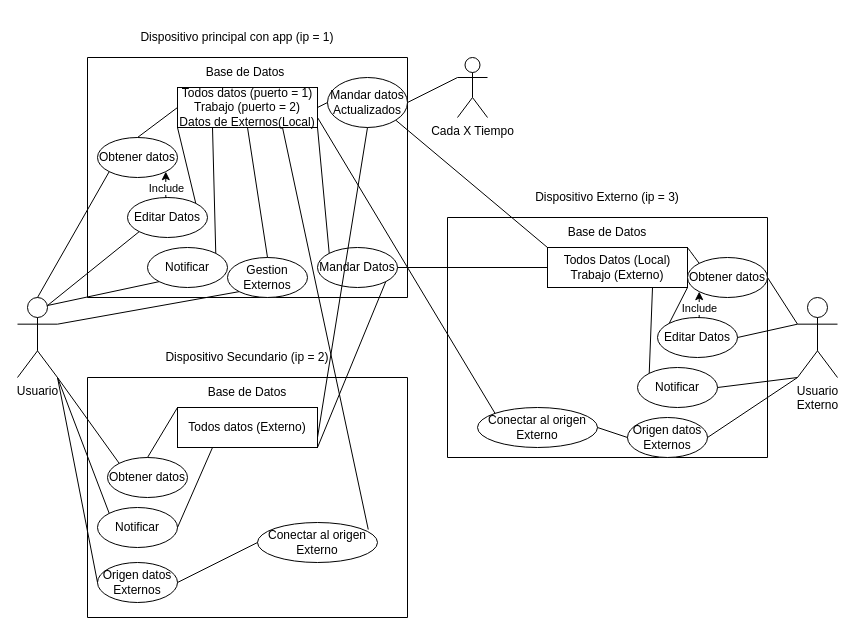
Before: UseCase.drawio in Gosha1030/ProyectoIntermodularGeorgii, a draw.io diagram. Source tidied: cells renumbered, new cells numbered last; positions are measured from the earlier drawing's top-left corner, leaving out a move shared by most shapes. Both pictures are drawn from the tidied source at 100%, with x=0, y=0 at pixel (17, 17).
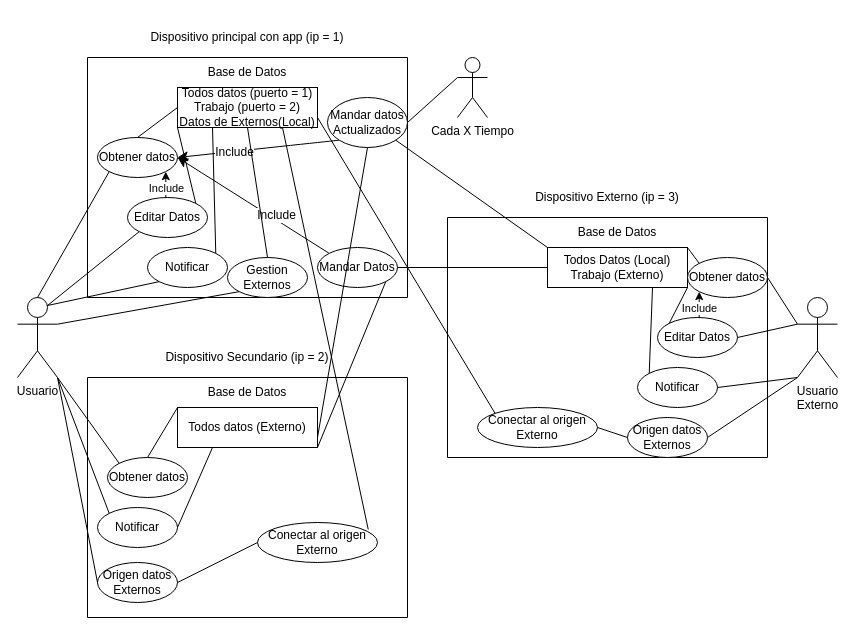
After the change.

The change refers to these unchanged cells:
```xml
<mxCell id="3" style="swimlane;startSize=0;" parent="1" vertex="1">
  <mxGeometry x="70" y="40" width="320" height="240" as="geometry" />
</mxCell>
<mxCell id="4" value="Todos datos (puerto = 1)&lt;div&gt;Trabajo (puerto = 2)&lt;/div&gt;&lt;div&gt;Datos de Externos(Local)&lt;/div&gt;" style="rounded=0;whiteSpace=wrap;html=1;" parent="3" vertex="1">
  <mxGeometry x="90" y="30" width="140" height="40" as="geometry" />
</mxCell>
<mxCell id="6" value="Obtener datos" style="ellipse;whiteSpace=wrap;html=1;" parent="3" vertex="1">
  <mxGeometry x="10" y="80" width="80" height="40" as="geometry" />
</mxCell>
<mxCell id="14" value="Mandar Datos" style="ellipse;whiteSpace=wrap;html=1;" parent="3" vertex="1">
  <mxGeometry x="230" y="190" width="80" height="40" as="geometry" />
</mxCell>
<mxCell id="21" style="swimlane;startSize=0;" parent="1" vertex="1">
  <mxGeometry x="70" y="360" width="320" height="240" as="geometry" />
</mxCell>
<mxCell id="32" style="swimlane;startSize=0;" parent="1" vertex="1">
  <mxGeometry x="430" y="200" width="320" height="240" as="geometry" />
</mxCell>
```

Change to the diagram source:
```diff
@@
+    <mxCell id="68" style="edgeStyle=none;curved=1;rounded=0;jettySize=auto;html=1;exitX=0;exitY=1;exitDx=0;exitDy=0;entryX=1;entryY=0.5;entryDx=0;entryDy=0;fontSize=12;startSize=8;endSize=8;" parent="3" edge="1" source="18" target="6">
+      <mxGeometry relative="1" as="geometry" />
+    </mxCell>
+    <mxCell id="69" value="Include" style="edgeLabel;html=1;align=center;verticalAlign=middle;fontSize=12;" parent="68" vertex="1">
+      <mxGeometry x="0.3" y="1" relative="1" as="geometry" />
+    </mxCell>
@@
     <mxCell id="5" value="Base de Datos" style="text;html=1;whiteSpace=wrap;strokeColor=none;fillColor=none;align=center;verticalAlign=middle;rounded=0;" parent="3" vertex="1">
-      <mxGeometry x="97.5" width="120" height="30" as="geometry" />
+      <mxGeometry x="90" width="140" height="30" as="geometry" />
     </mxCell>
@@
+    <mxCell id="70" style="edgeStyle=none;curved=1;rounded=0;jettySize=auto;html=1;exitX=0;exitY=0;exitDx=0;exitDy=0;entryX=1;entryY=0.5;entryDx=0;entryDy=0;fontSize=12;startSize=8;endSize=8;" parent="3" edge="1" source="14" target="6">
+      <mxGeometry relative="1" as="geometry" />
+    </mxCell>
+    <mxCell id="71" value="Include" style="edgeLabel;html=1;align=center;verticalAlign=middle;fontSize=12;" parent="70" vertex="1">
+      <mxGeometry x="-0.27" y="-4" relative="1" as="geometry" />
+    </mxCell>
@@
-    <mxCell id="15" style="endArrow=none;html=1;rounded=0;entryX=1;entryY=1;entryDx=0;entryDy=0;exitX=0;exitY=0;exitDx=0;exitDy=0;" parent="3" edge="1" source="14" target="4">
-      <mxGeometry relative="1" as="geometry" />
-    </mxCell>
@@
     <mxCell id="18" value="Mandar datos Actualizados" style="ellipse;whiteSpace=wrap;html=1;" parent="3" vertex="1">
-      <mxGeometry x="240" y="20" width="80" height="50" as="geometry" />
+      <mxGeometry x="240" y="40" width="80" height="50" as="geometry" />
     </mxCell>
-    <mxCell id="19" style="endArrow=none;html=1;rounded=0;entryX=1;entryY=0.5;entryDx=0;entryDy=0;exitX=0;exitY=0.5;exitDx=0;exitDy=0;" parent="3" edge="1" source="18" target="4">
-      <mxGeometry relative="1" as="geometry" />
-    </mxCell>
     <mxCell id="20" value="Dispositivo principal con app (ip = 1)" style="text;html=1;whiteSpace=wrap;strokeColor=none;fillColor=none;align=center;verticalAlign=middle;rounded=0;" parent="1" vertex="1">
-      <mxGeometry x="60" width="320" height="40" as="geometry" />
+      <mxGeometry x="70" width="320" height="40" as="geometry" />
     </mxCell>
@@
     <mxCell id="23" value="Base de Datos" style="text;html=1;whiteSpace=wrap;strokeColor=none;fillColor=none;align=center;verticalAlign=middle;rounded=0;" parent="21" vertex="1">
-      <mxGeometry x="100" width="120" height="30" as="geometry" />
+      <mxGeometry x="90" width="140" height="30" as="geometry" />
     </mxCell>
@@
     <mxCell id="34" value="Base de Datos" style="text;html=1;whiteSpace=wrap;strokeColor=none;fillColor=none;align=center;verticalAlign=middle;rounded=0;" parent="32" vertex="1">
-      <mxGeometry x="100" width="120" height="30" as="geometry" />
+      <mxGeometry x="100" width="140" height="30" as="geometry" />
     </mxCell>
```
